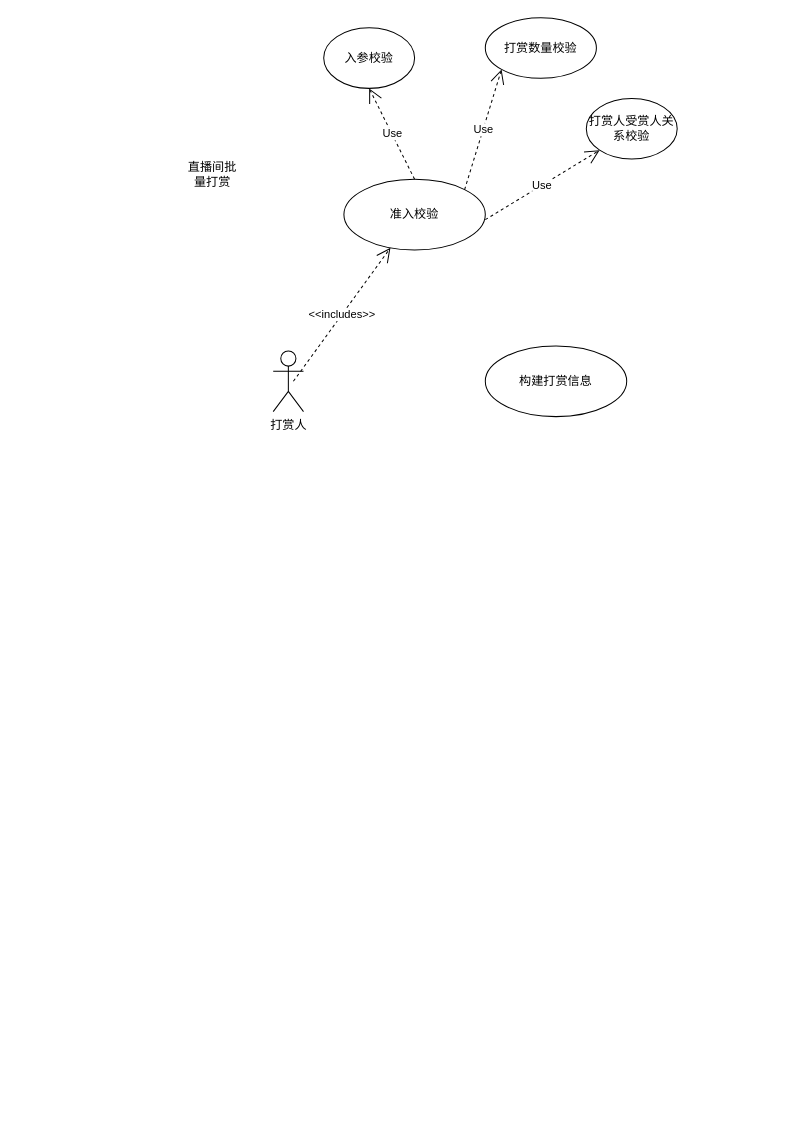
The draw.io diagram reward_multi.drawio in seuzxc/book, before the edit. Source tidied: cells renumbered, new cells numbered last; positions are measured from the earlier drawing's top-left corner, leaving out a move shared by most shapes. Both pictures are drawn from the tidied source at 101%, with x=0, y=0 at pixel (182, 17).
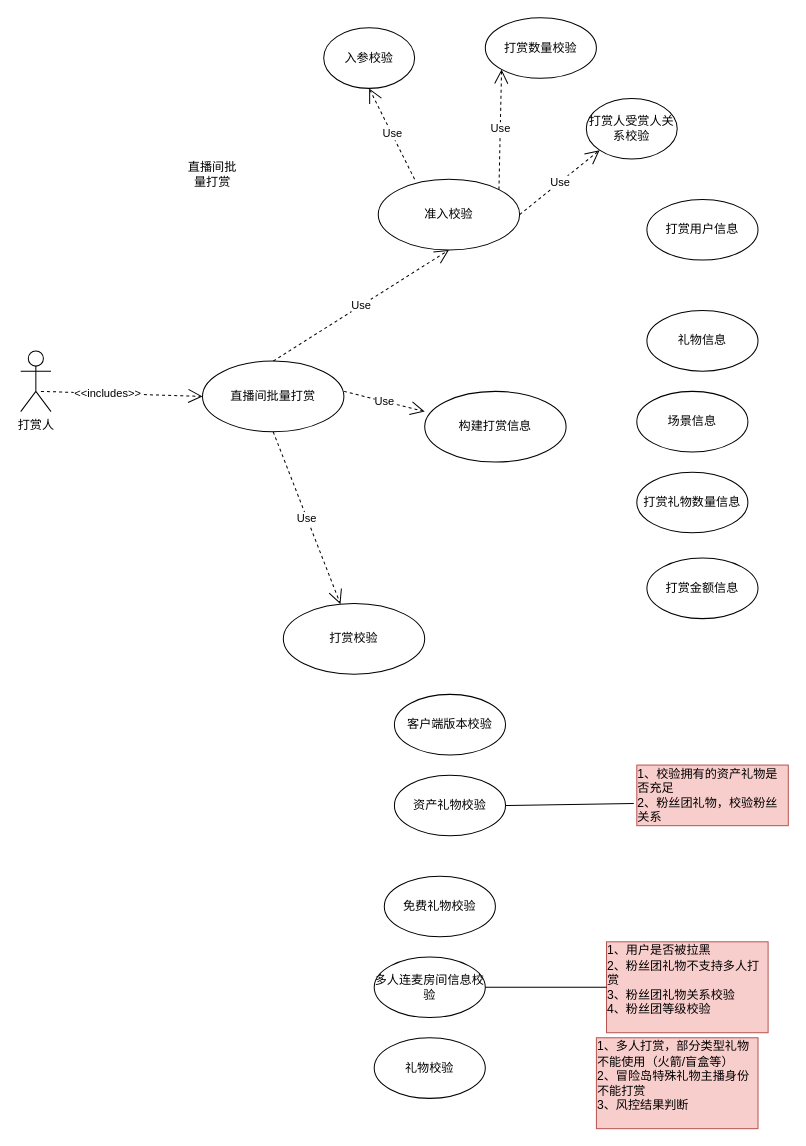
After the change.

Unchanged cells that the change refers to:
```xml
<mxCell id="7" value="打赏人受赏人关系校验" style="ellipse;whiteSpace=wrap;html=1;" parent="1" vertex="1">
  <mxGeometry x="400" y="80" width="90" height="60" as="geometry" />
</mxCell>
```

What changed in the source:
```diff
@@
     <mxCell id="3" value="打赏人" style="shape=umlActor;verticalLabelPosition=bottom;verticalAlign=top;html=1;" parent="1" vertex="1">
-      <mxGeometry x="90" y="330" width="30" height="60" as="geometry" />
+      <mxGeometry x="-160" y="330" width="30" height="60" as="geometry" />
     </mxCell>
     <mxCell id="4" value="准入校验" style="ellipse;whiteSpace=wrap;html=1;" parent="1" vertex="1">
-      <mxGeometry x="160" y="160" width="140" height="70" as="geometry" />
+      <mxGeometry x="194" y="160" width="140" height="70" as="geometry" />
     </mxCell>
@@
-    <mxCell id="8" value="&amp;lt;&amp;lt;includes&amp;gt;&amp;gt;" style="endArrow=open;endSize=12;dashed=1;html=1;rounded=0;" parent="1" edge="1" target="4">
-      <mxGeometry relative="1" as="geometry">
-        <mxPoint x="110" y="360" as="sourcePoint" />
-      </mxGeometry>
+    <mxCell id="8" value="&amp;lt;&amp;lt;includes&amp;gt;&amp;gt;" style="endArrow=open;endSize=12;dashed=1;html=1;rounded=0;exitX=0.667;exitY=0.667;exitDx=0;exitDy=0;exitPerimeter=0;entryX=0;entryY=0.5;entryDx=0;entryDy=0;" parent="1" edge="1" source="3" target="18">
+      <mxGeometry x="-0.18" relative="1" as="geometry" />
     </mxCell>
@@
-    <mxCell id="11" value="Use" style="endArrow=open;endSize=12;dashed=1;html=1;rounded=0;entryX=0;entryY=1;entryDx=0;entryDy=0;" parent="1" edge="1" target="7">
-      <mxGeometry relative="1" as="geometry">
-        <mxPoint x="300" y="200" as="sourcePoint" />
-      </mxGeometry>
+    <mxCell id="11" value="Use" style="endArrow=open;endSize=12;dashed=1;html=1;rounded=0;entryX=0;entryY=1;entryDx=0;entryDy=0;exitX=1;exitY=0.5;exitDx=0;exitDy=0;" parent="1" edge="1" source="4" target="7">
+      <mxGeometry relative="1" as="geometry" />
     </mxCell>
     <mxCell id="12" value="构建打赏信息" style="ellipse;whiteSpace=wrap;html=1;" parent="1" vertex="1">
-      <mxGeometry x="300" y="325" width="140" height="70" as="geometry" />
+      <mxGeometry x="240" y="370" width="140" height="70" as="geometry" />
     </mxCell>
+    <mxCell id="13" value="打赏用户信息" style="ellipse;whiteSpace=wrap;html=1;" parent="1" vertex="1">
+      <mxGeometry x="460" y="180" width="110" height="60" as="geometry" />
+    </mxCell>
+    <mxCell id="14" value="礼物信息" style="ellipse;whiteSpace=wrap;html=1;" parent="1" vertex="1">
+      <mxGeometry x="460" y="290" width="110" height="60" as="geometry" />
+    </mxCell>
+    <mxCell id="15" value="场景信息" style="ellipse;whiteSpace=wrap;html=1;" parent="1" vertex="1">
+      <mxGeometry x="450" y="370" width="110" height="60" as="geometry" />
+    </mxCell>
+    <mxCell id="16" value="打赏礼物数量信息" style="ellipse;whiteSpace=wrap;html=1;" parent="1" vertex="1">
+      <mxGeometry x="450" y="450" width="110" height="60" as="geometry" />
+    </mxCell>
+    <mxCell id="17" value="打赏金额信息" style="ellipse;whiteSpace=wrap;html=1;" parent="1" vertex="1">
+      <mxGeometry x="460" y="535" width="110" height="60" as="geometry" />
+    </mxCell>
+    <mxCell id="18" value="直播间批量打赏" style="ellipse;whiteSpace=wrap;html=1;" parent="1" vertex="1">
+      <mxGeometry x="20" y="340" width="140" height="70" as="geometry" />
+    </mxCell>
+    <mxCell id="19" value="打赏校验" style="ellipse;whiteSpace=wrap;html=1;" parent="1" vertex="1">
+      <mxGeometry x="100" y="580" width="140" height="70" as="geometry" />
+    </mxCell>
+    <mxCell id="20" value="Use" style="endArrow=open;endSize=12;dashed=1;html=1;rounded=0;entryX=0.5;entryY=1;entryDx=0;entryDy=0;exitX=0.5;exitY=0;exitDx=0;exitDy=0;" parent="1" edge="1" source="18" target="4">
+      <mxGeometry relative="1" as="geometry" />
+    </mxCell>
+    <mxCell id="21" value="Use" style="endArrow=open;endSize=12;dashed=1;html=1;rounded=0;exitX=0.5;exitY=1;exitDx=0;exitDy=0;" parent="1" edge="1" source="18" target="19">
+      <mxGeometry relative="1" as="geometry" />
+    </mxCell>
+    <mxCell id="22" value="Use" style="endArrow=open;endSize=12;dashed=1;html=1;rounded=0;entryX=0;entryY=0.286;entryDx=0;entryDy=0;entryPerimeter=0;" parent="1" edge="1" target="12">
+      <mxGeometry relative="1" as="geometry">
+        <mxPoint x="160" y="370" as="sourcePoint" />
+      </mxGeometry>
+    </mxCell>
+    <mxCell id="23" value="客户端版本校验" style="ellipse;whiteSpace=wrap;html=1;" parent="1" vertex="1">
+      <mxGeometry x="210" y="670" width="110" height="60" as="geometry" />
+    </mxCell>
+    <mxCell id="24" value="资产礼物校验" style="ellipse;whiteSpace=wrap;html=1;" parent="1" vertex="1">
+      <mxGeometry x="210" y="750" width="110" height="60" as="geometry" />
+    </mxCell>
+    <mxCell id="25" value="&lt;div style=&quot;text-align: left;&quot;&gt;&lt;span style=&quot;background-color: initial;&quot;&gt;1、校验拥有的资产礼物是否充足&lt;/span&gt;&lt;/div&gt;&lt;div style=&quot;text-align: left;&quot;&gt;&lt;span style=&quot;background-color: initial;&quot;&gt;2、粉丝团礼物，校验粉丝关系&lt;/span&gt;&lt;/div&gt;" style="text;html=1;strokeColor=#b85450;fillColor=#f8cecc;align=center;verticalAlign=middle;whiteSpace=wrap;rounded=0;" parent="1" vertex="1">
+      <mxGeometry x="450" y="740" width="150" height="60" as="geometry" />
+    </mxCell>
+    <mxCell id="26" style="endArrow=none;html=1;rounded=0;entryX=-0.02;entryY=0.633;entryDx=0;entryDy=0;entryPerimeter=0;exitX=1;exitY=0.5;exitDx=0;exitDy=0;" parent="1" edge="1" source="24" target="25">
+      <mxGeometry relative="1" as="geometry" />
+    </mxCell>
+    <mxCell id="27" value="免费礼物校验" style="ellipse;whiteSpace=wrap;html=1;" parent="1" vertex="1">
+      <mxGeometry x="200" y="850" width="110" height="60" as="geometry" />
+    </mxCell>
+    <mxCell id="28" value="多人连麦房间信息校验" style="ellipse;whiteSpace=wrap;html=1;" parent="1" vertex="1">
+      <mxGeometry x="190" y="930" width="110" height="60" as="geometry" />
+    </mxCell>
+    <mxCell id="29" value="&lt;div style=&quot;text-align: left;&quot;&gt;&lt;span style=&quot;background-color: initial;&quot;&gt;1、用户是否被拉黑&lt;/span&gt;&lt;/div&gt;&lt;div style=&quot;text-align: left;&quot;&gt;&lt;span style=&quot;background-color: initial;&quot;&gt;2、粉丝团礼物不支持多人打赏&lt;/span&gt;&lt;/div&gt;&lt;div style=&quot;text-align: left;&quot;&gt;&lt;span style=&quot;background-color: initial;&quot;&gt;3、粉丝团礼物关系校验&lt;/span&gt;&lt;/div&gt;&lt;div style=&quot;text-align: left;&quot;&gt;&lt;span style=&quot;background-color: initial;&quot;&gt;4、粉丝团等级校验&lt;/span&gt;&lt;/div&gt;&lt;div style=&quot;text-align: left;&quot;&gt;&lt;span style=&quot;background-color: initial;&quot;&gt;&lt;br&gt;&lt;/span&gt;&lt;/div&gt;" style="text;html=1;strokeColor=#b85450;fillColor=#f8cecc;align=center;verticalAlign=middle;whiteSpace=wrap;rounded=0;" parent="1" vertex="1">
+      <mxGeometry x="420" y="915" width="160" height="90" as="geometry" />
+    </mxCell>
+    <mxCell id="30" style="endArrow=none;html=1;rounded=0;entryX=0;entryY=0.5;entryDx=0;entryDy=0;exitX=1;exitY=0.5;exitDx=0;exitDy=0;" parent="1" edge="1" source="28" target="29">
+      <mxGeometry relative="1" as="geometry" />
+    </mxCell>
+    <mxCell id="31" value="礼物校验" style="ellipse;whiteSpace=wrap;html=1;" parent="1" vertex="1">
+      <mxGeometry x="190" y="1010" width="110" height="60" as="geometry" />
+    </mxCell>
+    <mxCell id="32" value="&lt;div style=&quot;text-align: left;&quot;&gt;&lt;span style=&quot;background-color: initial;&quot;&gt;1、多人打赏，部分类型礼物不能使用（火箭/盲盒等）&lt;/span&gt;&lt;/div&gt;&lt;div style=&quot;text-align: left;&quot;&gt;&lt;span style=&quot;background-color: initial;&quot;&gt;2、冒险岛特殊礼物主播身份不能打赏&lt;/span&gt;&lt;/div&gt;&lt;div style=&quot;text-align: left;&quot;&gt;&lt;span style=&quot;background-color: initial;&quot;&gt;3、风控结果判断&lt;/span&gt;&lt;/div&gt;&lt;div style=&quot;text-align: left;&quot;&gt;&lt;span style=&quot;background-color: initial;&quot;&gt;&lt;br&gt;&lt;/span&gt;&lt;/div&gt;" style="text;html=1;strokeColor=#b85450;fillColor=#f8cecc;align=center;verticalAlign=middle;whiteSpace=wrap;rounded=0;" parent="1" vertex="1">
+      <mxGeometry x="410" y="1010" width="160" height="90" as="geometry" />
+    </mxCell>
```
